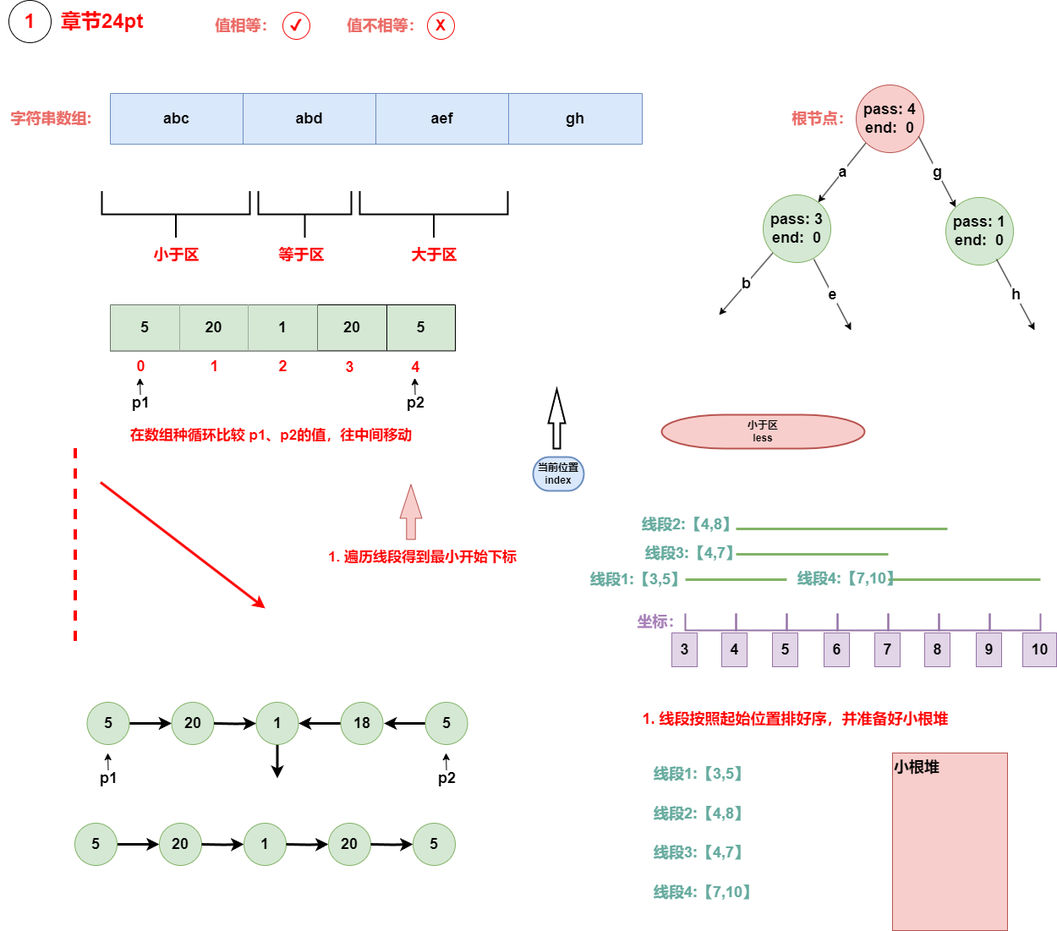
This is algrithem/style_composite.drawio.png from muxicode/c153080686, a draw.io export, as it was before one commit. Source tidied: cells renumbered, new cells last; positions are measured from the earlier drawing's top-left corner, leaving out a move shared by most shapes.
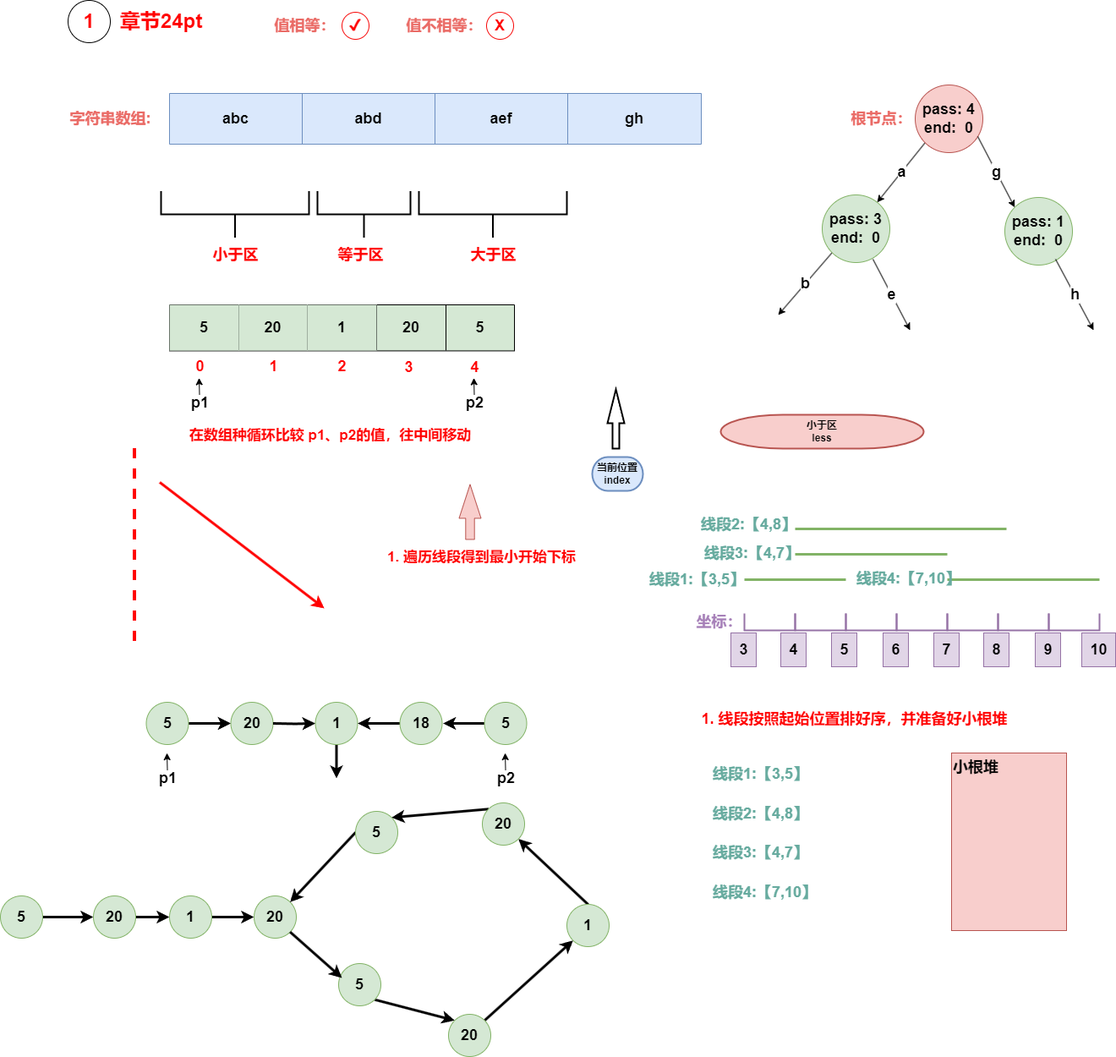
The same diagram one commit later.

What changed in the source:
```diff
@@ -336,38 +336,59 @@
         <mxPoint x="527" y="890" as="targetPoint" />
       </mxGeometry>
     </mxCell>
-    <mxCell id="98" style="edgeStyle=orthogonalEdgeStyle;rounded=0;jettySize=auto;html=1;exitX=1;exitY=0.5;exitDx=0;exitDy=0;entryX=0;entryY=0.5;entryDx=0;entryDy=0;strokeWidth=3;" parent="1" edge="1" source="99" target="100">
-      <mxGeometry relative="1" as="geometry" />
-    </mxCell>
-    <mxCell id="99" value="&lt;font size=&quot;1&quot; style=&quot;&quot;&gt;&lt;b style=&quot;font-size: 18px;&quot;&gt;5&lt;/b&gt;&lt;/font&gt;" style="ellipse;whiteSpace=wrap;html=1;fillColor=#d5e8d4;strokeColor=#82b366;fontSize=16;" parent="1" vertex="1">
-      <mxGeometry x="88" y="973" width="50" height="50" as="geometry" />
-    </mxCell>
-    <mxCell id="100" value="&lt;font size=&quot;1&quot; style=&quot;&quot;&gt;&lt;b style=&quot;font-size: 18px;&quot;&gt;20&lt;/b&gt;&lt;/font&gt;" style="ellipse;whiteSpace=wrap;html=1;fillColor=#d5e8d4;strokeColor=#82b366;fontSize=16;" parent="1" vertex="1">
-      <mxGeometry x="188" y="973" width="50" height="50" as="geometry" />
-    </mxCell>
-    <mxCell id="101" style="edgeStyle=orthogonalEdgeStyle;rounded=0;jettySize=auto;html=1;exitX=1;exitY=0.5;exitDx=0;exitDy=0;entryX=0;entryY=0.5;entryDx=0;entryDy=0;strokeWidth=3;" parent="1" edge="1" target="102">
-      <mxGeometry relative="1" as="geometry">
-        <mxPoint x="238" y="998" as="sourcePoint" />
-      </mxGeometry>
-    </mxCell>
-    <mxCell id="102" value="&lt;font size=&quot;1&quot; style=&quot;&quot;&gt;&lt;b style=&quot;font-size: 18px;&quot;&gt;1&lt;/b&gt;&lt;/font&gt;" style="ellipse;whiteSpace=wrap;html=1;fillColor=#d5e8d4;strokeColor=#82b366;fontSize=16;" parent="1" vertex="1">
-      <mxGeometry x="288" y="973" width="50" height="50" as="geometry" />
-    </mxCell>
-    <mxCell id="103" style="edgeStyle=orthogonalEdgeStyle;rounded=0;jettySize=auto;html=1;exitX=1;exitY=0.5;exitDx=0;exitDy=0;entryX=0;entryY=0.5;entryDx=0;entryDy=0;strokeWidth=3;" parent="1" edge="1" target="104">
-      <mxGeometry relative="1" as="geometry">
-        <mxPoint x="338" y="998" as="sourcePoint" />
-      </mxGeometry>
-    </mxCell>
-    <mxCell id="104" value="&lt;font size=&quot;1&quot; style=&quot;&quot;&gt;&lt;b style=&quot;font-size: 18px;&quot;&gt;20&lt;/b&gt;&lt;/font&gt;" style="ellipse;whiteSpace=wrap;html=1;fillColor=#d5e8d4;strokeColor=#82b366;fontSize=16;" parent="1" vertex="1">
-      <mxGeometry x="388" y="973" width="50" height="50" as="geometry" />
-    </mxCell>
-    <mxCell id="105" style="edgeStyle=orthogonalEdgeStyle;rounded=0;jettySize=auto;html=1;exitX=1;exitY=0.5;exitDx=0;exitDy=0;entryX=0;entryY=0.5;entryDx=0;entryDy=0;strokeWidth=3;" parent="1" edge="1" target="106">
-      <mxGeometry relative="1" as="geometry">
-        <mxPoint x="438" y="998" as="sourcePoint" />
-      </mxGeometry>
-    </mxCell>
-    <mxCell id="106" value="&lt;font size=&quot;1&quot; style=&quot;&quot;&gt;&lt;b style=&quot;font-size: 18px;&quot;&gt;5&lt;/b&gt;&lt;/font&gt;" style="ellipse;whiteSpace=wrap;html=1;fillColor=#d5e8d4;strokeColor=#82b366;fontSize=16;" parent="1" vertex="1">
-      <mxGeometry x="488" y="973" width="50" height="50" as="geometry" />
-    </mxCell>
+    <mxCell id="107" style="rounded=0;jettySize=auto;html=1;exitX=1;exitY=0.5;exitDx=0;exitDy=0;entryX=0;entryY=0.5;entryDx=0;entryDy=0;strokeWidth=3;" parent="1" edge="1" source="108" target="110">
+      <mxGeometry relative="1" as="geometry" />
+    </mxCell>
+    <mxCell id="108" value="&lt;font size=&quot;1&quot; style=&quot;&quot;&gt;&lt;b style=&quot;font-size: 18px;&quot;&gt;5&lt;/b&gt;&lt;/font&gt;" style="ellipse;whiteSpace=wrap;html=1;fillColor=#d5e8d4;strokeColor=#82b366;fontSize=16;" parent="1" vertex="1">
+      <mxGeometry x="-70" y="1059" width="50" height="50" as="geometry" />
+    </mxCell>
+    <mxCell id="109" style="rounded=0;jettySize=auto;html=1;exitX=1;exitY=0.5;exitDx=0;exitDy=0;entryX=0;entryY=0.5;entryDx=0;entryDy=0;strokeWidth=3;" parent="1" edge="1" source="110" target="112">
+      <mxGeometry relative="1" as="geometry" />
+    </mxCell>
+    <mxCell id="110" value="&lt;font size=&quot;1&quot; style=&quot;&quot;&gt;&lt;b style=&quot;font-size: 18px;&quot;&gt;20&lt;/b&gt;&lt;/font&gt;" style="ellipse;whiteSpace=wrap;html=1;fillColor=#d5e8d4;strokeColor=#82b366;fontSize=16;" parent="1" vertex="1">
+      <mxGeometry x="40" y="1059" width="50" height="50" as="geometry" />
+    </mxCell>
+    <mxCell id="111" style="rounded=0;jettySize=auto;html=1;exitX=1;exitY=0.5;exitDx=0;exitDy=0;strokeWidth=3;" parent="1" edge="1" source="112" target="113">
+      <mxGeometry relative="1" as="geometry" />
+    </mxCell>
+    <mxCell id="112" value="&lt;font size=&quot;1&quot; style=&quot;&quot;&gt;&lt;b style=&quot;font-size: 18px;&quot;&gt;1&lt;/b&gt;&lt;/font&gt;" style="ellipse;whiteSpace=wrap;html=1;fillColor=#d5e8d4;strokeColor=#82b366;fontSize=16;" parent="1" vertex="1">
+      <mxGeometry x="130" y="1059" width="50" height="50" as="geometry" />
+    </mxCell>
+    <mxCell id="113" value="&lt;font size=&quot;1&quot; style=&quot;&quot;&gt;&lt;b style=&quot;font-size: 18px;&quot;&gt;20&lt;/b&gt;&lt;/font&gt;" style="ellipse;whiteSpace=wrap;html=1;fillColor=#d5e8d4;strokeColor=#82b366;fontSize=16;" parent="1" vertex="1">
+      <mxGeometry x="230" y="1059" width="50" height="50" as="geometry" />
+    </mxCell>
+    <mxCell id="114" style="rounded=0;jettySize=auto;html=1;exitX=1;exitY=1;exitDx=0;exitDy=0;entryX=0;entryY=0;entryDx=0;entryDy=0;strokeWidth=3;" parent="1" edge="1" source="115" target="117">
+      <mxGeometry relative="1" as="geometry" />
+    </mxCell>
+    <mxCell id="115" value="&lt;font size=&quot;1&quot; style=&quot;&quot;&gt;&lt;b style=&quot;font-size: 18px;&quot;&gt;5&lt;/b&gt;&lt;/font&gt;" style="ellipse;whiteSpace=wrap;html=1;fillColor=#d5e8d4;strokeColor=#82b366;fontSize=16;" parent="1" vertex="1">
+      <mxGeometry x="330" y="1139" width="50" height="50" as="geometry" />
+    </mxCell>
+    <mxCell id="116" style="rounded=0;jettySize=auto;html=1;exitX=1;exitY=0;exitDx=0;exitDy=0;entryX=0;entryY=1;entryDx=0;entryDy=0;strokeWidth=3;" parent="1" edge="1" source="117" target="119">
+      <mxGeometry relative="1" as="geometry" />
+    </mxCell>
+    <mxCell id="117" value="&lt;font size=&quot;1&quot; style=&quot;&quot;&gt;&lt;b style=&quot;font-size: 18px;&quot;&gt;20&lt;/b&gt;&lt;/font&gt;" style="ellipse;whiteSpace=wrap;html=1;fillColor=#d5e8d4;strokeColor=#82b366;fontSize=16;" parent="1" vertex="1">
+      <mxGeometry x="460" y="1199" width="50" height="50" as="geometry" />
+    </mxCell>
+    <mxCell id="118" style="rounded=0;jettySize=auto;html=1;exitX=0.5;exitY=0;exitDx=0;exitDy=0;entryX=1;entryY=1;entryDx=0;entryDy=0;strokeWidth=3;" parent="1" edge="1" source="119" target="121">
+      <mxGeometry relative="1" as="geometry" />
+    </mxCell>
+    <mxCell id="119" value="&lt;font size=&quot;1&quot; style=&quot;&quot;&gt;&lt;b style=&quot;font-size: 18px;&quot;&gt;1&lt;/b&gt;&lt;/font&gt;" style="ellipse;whiteSpace=wrap;html=1;fillColor=#d5e8d4;strokeColor=#82b366;fontSize=16;" parent="1" vertex="1">
+      <mxGeometry x="600" y="1069" width="50" height="50" as="geometry" />
+    </mxCell>
+    <mxCell id="120" style="rounded=0;jettySize=auto;html=1;exitX=0;exitY=0;exitDx=0;exitDy=0;entryX=1;entryY=0;entryDx=0;entryDy=0;strokeWidth=3;" parent="1" edge="1" source="121" target="123">
+      <mxGeometry relative="1" as="geometry" />
+    </mxCell>
+    <mxCell id="121" value="&lt;font size=&quot;1&quot; style=&quot;&quot;&gt;&lt;b style=&quot;font-size: 18px;&quot;&gt;20&lt;/b&gt;&lt;/font&gt;" style="ellipse;whiteSpace=wrap;html=1;fillColor=#d5e8d4;strokeColor=#82b366;fontSize=16;" parent="1" vertex="1">
+      <mxGeometry x="500" y="949" width="50" height="50" as="geometry" />
+    </mxCell>
+    <mxCell id="122" style="rounded=0;jettySize=auto;html=1;exitX=0;exitY=0.5;exitDx=0;exitDy=0;entryX=1;entryY=0;entryDx=0;entryDy=0;strokeWidth=3;" parent="1" edge="1" source="123" target="113">
+      <mxGeometry relative="1" as="geometry" />
+    </mxCell>
+    <mxCell id="123" value="&lt;font size=&quot;1&quot; style=&quot;&quot;&gt;&lt;b style=&quot;font-size: 18px;&quot;&gt;5&lt;/b&gt;&lt;/font&gt;" style="ellipse;whiteSpace=wrap;html=1;fillColor=#d5e8d4;strokeColor=#82b366;fontSize=16;" parent="1" vertex="1">
+      <mxGeometry x="350" y="959" width="50" height="50" as="geometry" />
+    </mxCell>
+    <mxCell id="124" style="rounded=0;jettySize=auto;html=1;exitX=1;exitY=1;exitDx=0;exitDy=0;entryX=0.08;entryY=0.34;entryDx=0;entryDy=0;entryPerimeter=0;strokeWidth=3;" parent="1" edge="1" source="113" target="115">
+      <mxGeometry relative="1" as="geometry" />
+    </mxCell>
   </root>
 </mxGraphModel>
```
